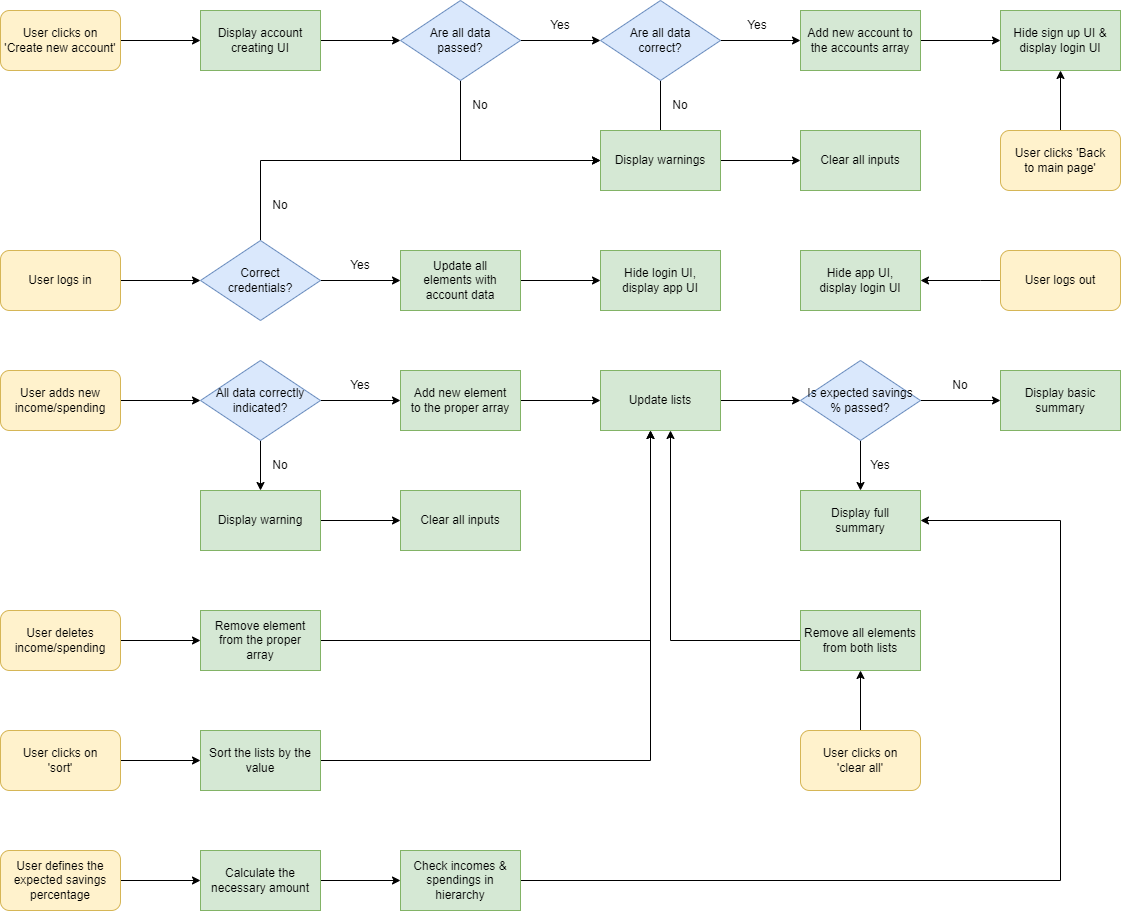
Above: finenance-flowchart.drawio.png in SojerSM/FINEnance-simple-practice-app (draw.io), before the change. Source tidied: cells renumbered, new cells last; positions are measured from the earlier drawing's top-left corner, leaving out a move shared by most shapes.
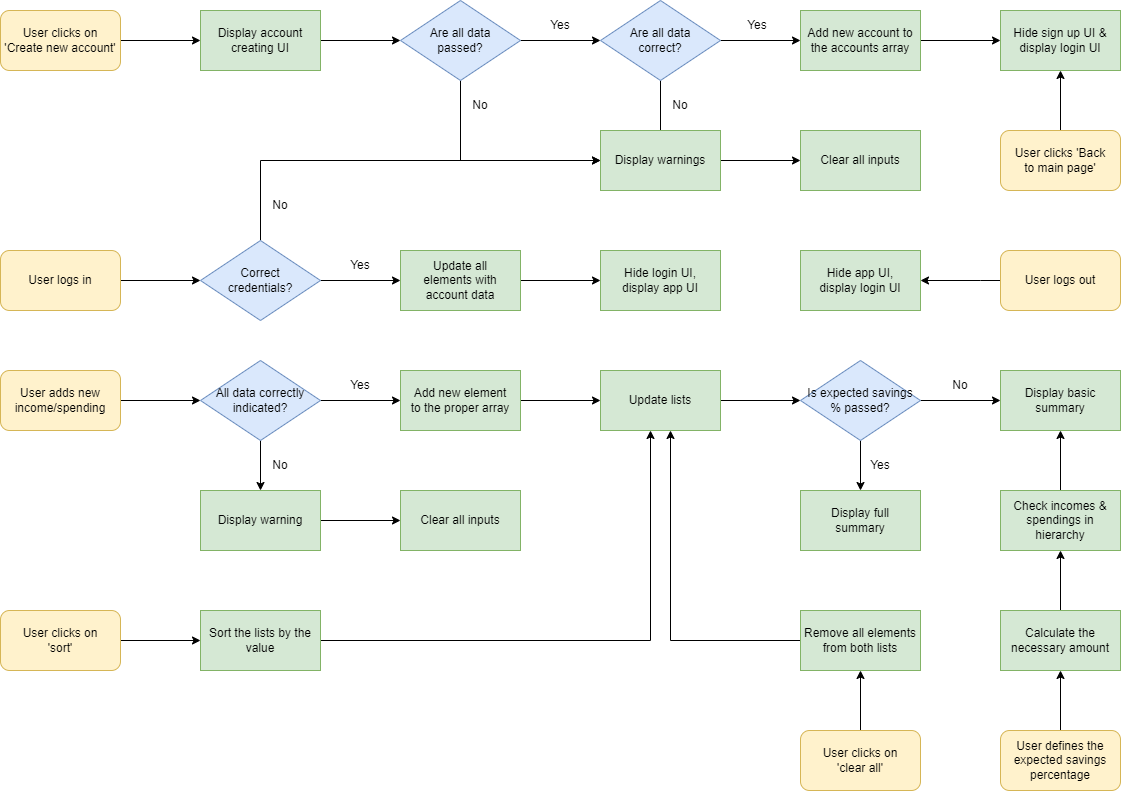
After the change.

The edit, as a diff of the source:
```diff
@@ -210,45 +210,22 @@
     <mxCell id="57" value="Clear all inputs" style="rounded=0;whiteSpace=wrap;html=1;fillColor=#d5e8d4;strokeColor=#82b366;" parent="1" vertex="1">
       <mxGeometry x="400" y="490" width="120" height="60" as="geometry" />
     </mxCell>
-    <mxCell id="58" style="edgeStyle=orthogonalEdgeStyle;rounded=0;jettySize=auto;html=1;exitX=1;exitY=0.5;exitDx=0;exitDy=0;" parent="1" edge="1" source="59">
-      <mxGeometry relative="1" as="geometry">
-        <mxPoint x="200" y="640" as="targetPoint" />
-      </mxGeometry>
-    </mxCell>
-    <mxCell id="59" value="User deletes&lt;br&gt;income/spending" style="rounded=1;whiteSpace=wrap;html=1;fillColor=#fff2cc;strokeColor=#d6b656;" parent="1" vertex="1">
-      <mxGeometry y="610" width="120" height="60" as="geometry" />
-    </mxCell>
-    <mxCell id="60" style="edgeStyle=orthogonalEdgeStyle;rounded=0;jettySize=auto;html=1;exitX=1;exitY=0.5;exitDx=0;exitDy=0;" parent="1" edge="1" source="61">
-      <mxGeometry relative="1" as="geometry">
-        <mxPoint x="650" y="430" as="targetPoint" />
-        <Array as="points">
-          <mxPoint x="650" y="640" />
-          <mxPoint x="650" y="430" />
-        </Array>
-      </mxGeometry>
-    </mxCell>
-    <mxCell id="61" value="Remove element&lt;br&gt;from the proper&lt;br&gt;array" style="rounded=0;whiteSpace=wrap;html=1;fillColor=#d5e8d4;strokeColor=#82b366;" parent="1" vertex="1">
-      <mxGeometry x="200" y="610" width="120" height="60" as="geometry" />
-    </mxCell>
-    <mxCell id="62" style="edgeStyle=orthogonalEdgeStyle;rounded=0;jettySize=auto;html=1;exitX=1;exitY=0.5;exitDx=0;exitDy=0;" parent="1" edge="1" source="63">
-      <mxGeometry relative="1" as="geometry">
-        <mxPoint x="200" y="760" as="targetPoint" />
-      </mxGeometry>
+    <mxCell id="62" style="edgeStyle=orthogonalEdgeStyle;rounded=0;jettySize=auto;html=1;exitX=1;exitY=0.5;exitDx=0;exitDy=0;entryX=0;entryY=0.5;entryDx=0;entryDy=0;" parent="1" edge="1" source="63" target="65">
+      <mxGeometry relative="1" as="geometry" />
     </mxCell>
     <mxCell id="63" value="User clicks on&lt;br&gt;'sort'" style="rounded=1;whiteSpace=wrap;html=1;fillColor=#fff2cc;strokeColor=#d6b656;" parent="1" vertex="1">
-      <mxGeometry y="730" width="120" height="60" as="geometry" />
+      <mxGeometry y="610" width="120" height="60" as="geometry" />
     </mxCell>
     <mxCell id="64" style="edgeStyle=orthogonalEdgeStyle;rounded=0;jettySize=auto;html=1;exitX=1;exitY=0.5;exitDx=0;exitDy=0;" parent="1" edge="1" source="65">
       <mxGeometry relative="1" as="geometry">
         <mxPoint x="650" y="430" as="targetPoint" />
         <Array as="points">
-          <mxPoint x="650" y="760" />
-          <mxPoint x="650" y="430" />
+          <mxPoint x="650" y="640" />
         </Array>
       </mxGeometry>
     </mxCell>
     <mxCell id="65" value="Sort the lists by the&lt;br&gt;value" style="rounded=0;whiteSpace=wrap;html=1;fillColor=#d5e8d4;strokeColor=#82b366;" parent="1" vertex="1">
-      <mxGeometry x="200" y="730" width="120" height="60" as="geometry" />
+      <mxGeometry x="200" y="610" width="120" height="60" as="geometry" />
     </mxCell>
     <mxCell id="66" style="edgeStyle=orthogonalEdgeStyle;rounded=0;jettySize=auto;html=1;exitX=0;exitY=0.5;exitDx=0;exitDy=0;entryX=0.5;entryY=1;entryDx=0;entryDy=0;" parent="1" edge="1" source="67" target="69">
       <mxGeometry relative="1" as="geometry">
@@ -272,32 +249,23 @@
     <mxCell id="69" value="Remove all elements&lt;br&gt;from both lists" style="rounded=0;whiteSpace=wrap;html=1;fillColor=#d5e8d4;strokeColor=#82b366;" parent="1" vertex="1">
       <mxGeometry x="800" y="610" width="120" height="60" as="geometry" />
     </mxCell>
-    <mxCell id="70" style="edgeStyle=orthogonalEdgeStyle;rounded=0;jettySize=auto;html=1;exitX=1;exitY=0.5;exitDx=0;exitDy=0;" parent="1" edge="1" source="71">
-      <mxGeometry relative="1" as="geometry">
-        <mxPoint x="200" y="880" as="targetPoint" />
-      </mxGeometry>
-    </mxCell>
+    <mxCell id="76" style="edgeStyle=orthogonalEdgeStyle;rounded=0;jettySize=auto;html=1;exitX=0.5;exitY=0;exitDx=0;exitDy=0;entryX=0.5;entryY=1;entryDx=0;entryDy=0;" parent="1" edge="1" source="71" target="73">
+      <mxGeometry relative="1" as="geometry" />
+    </mxCell>
     <mxCell id="71" value="User defines the&lt;br&gt;expected savings&lt;br&gt;percentage" style="rounded=1;whiteSpace=wrap;html=1;fillColor=#fff2cc;strokeColor=#d6b656;" parent="1" vertex="1">
-      <mxGeometry y="850" width="120" height="60" as="geometry" />
+      <mxGeometry x="1000" y="730" width="120" height="60" as="geometry" />
     </mxCell>
-    <mxCell id="72" style="edgeStyle=orthogonalEdgeStyle;rounded=0;jettySize=auto;html=1;exitX=1;exitY=0.5;exitDx=0;exitDy=0;" parent="1" edge="1" source="73">
-      <mxGeometry relative="1" as="geometry">
-        <mxPoint x="400" y="880" as="targetPoint" />
-      </mxGeometry>
-    </mxCell>
+    <mxCell id="77" style="edgeStyle=orthogonalEdgeStyle;rounded=0;jettySize=auto;html=1;exitX=0.5;exitY=0;exitDx=0;exitDy=0;entryX=0.5;entryY=1;entryDx=0;entryDy=0;" parent="1" edge="1" source="73" target="75">
+      <mxGeometry relative="1" as="geometry" />
+    </mxCell>
     <mxCell id="73" value="Calculate the&lt;br&gt;necessary amount" style="rounded=0;whiteSpace=wrap;html=1;fillColor=#d5e8d4;strokeColor=#82b366;" parent="1" vertex="1">
-      <mxGeometry x="200" y="850" width="120" height="60" as="geometry" />
+      <mxGeometry x="1000" y="610" width="120" height="60" as="geometry" />
     </mxCell>
-    <mxCell id="74" style="edgeStyle=orthogonalEdgeStyle;rounded=0;jettySize=auto;html=1;exitX=1;exitY=0.5;exitDx=0;exitDy=0;entryX=1;entryY=0.5;entryDx=0;entryDy=0;" parent="1" edge="1" source="75" target="53">
-      <mxGeometry relative="1" as="geometry">
-        <Array as="points">
-          <mxPoint x="1060" y="880" />
-          <mxPoint x="1060" y="520" />
-        </Array>
-      </mxGeometry>
-    </mxCell>
+    <mxCell id="78" style="edgeStyle=orthogonalEdgeStyle;rounded=0;jettySize=auto;html=1;exitX=0.5;exitY=0;exitDx=0;exitDy=0;entryX=0.5;entryY=1;entryDx=0;entryDy=0;" parent="1" edge="1" source="75" target="51">
+      <mxGeometry relative="1" as="geometry" />
+    </mxCell>
     <mxCell id="75" value="Check incomes &amp;amp; spendings in hierarchy" style="rounded=0;whiteSpace=wrap;html=1;fillColor=#d5e8d4;strokeColor=#82b366;" parent="1" vertex="1">
-      <mxGeometry x="400" y="850" width="120" height="60" as="geometry" />
+      <mxGeometry x="1000" y="490" width="120" height="60" as="geometry" />
     </mxCell>
   </root>
 </mxGraphModel>
```
